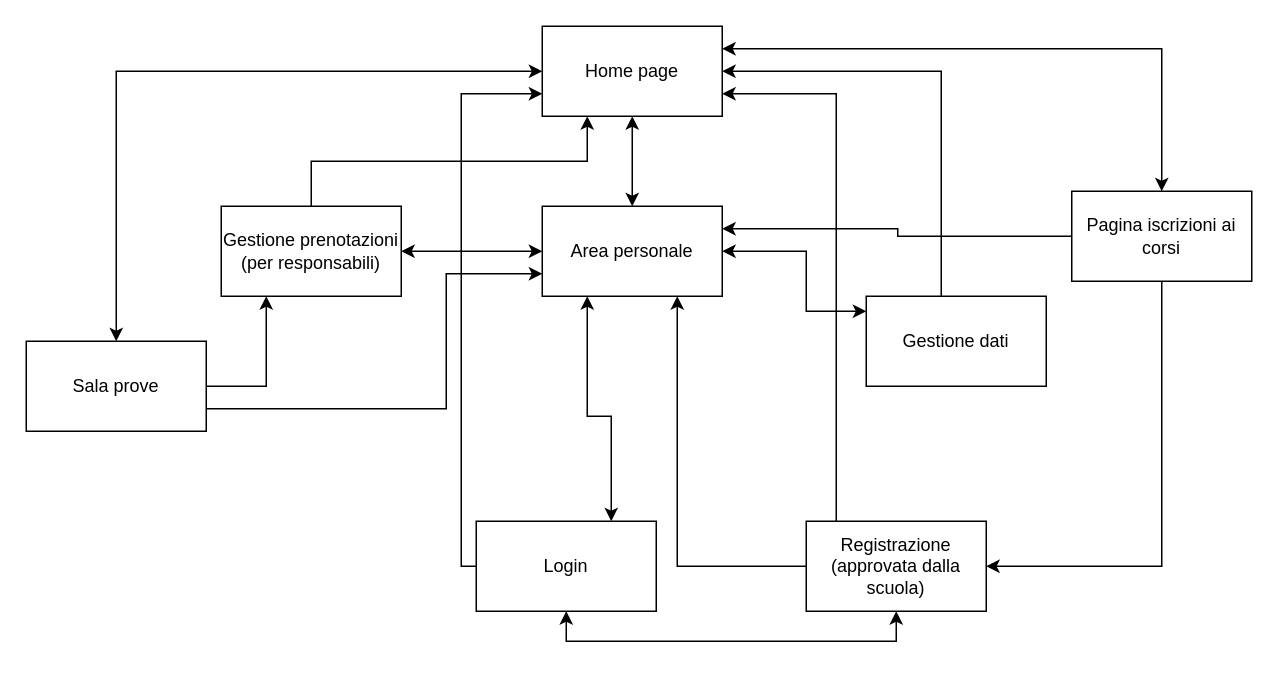
This is Albero_funzionalità.drawio from pirvllv/PWeb-Project_25-26_Ancri-Piralla-Suanno, a draw.io file, before an edit. Source tidied: cells renumbered, new cells numbered last; positions are measured from the earlier drawing's top-left corner, leaving out a move shared by most shapes. Both pictures are drawn from the tidied source at 150%, with x=0, y=0 at pixel (26, 26).
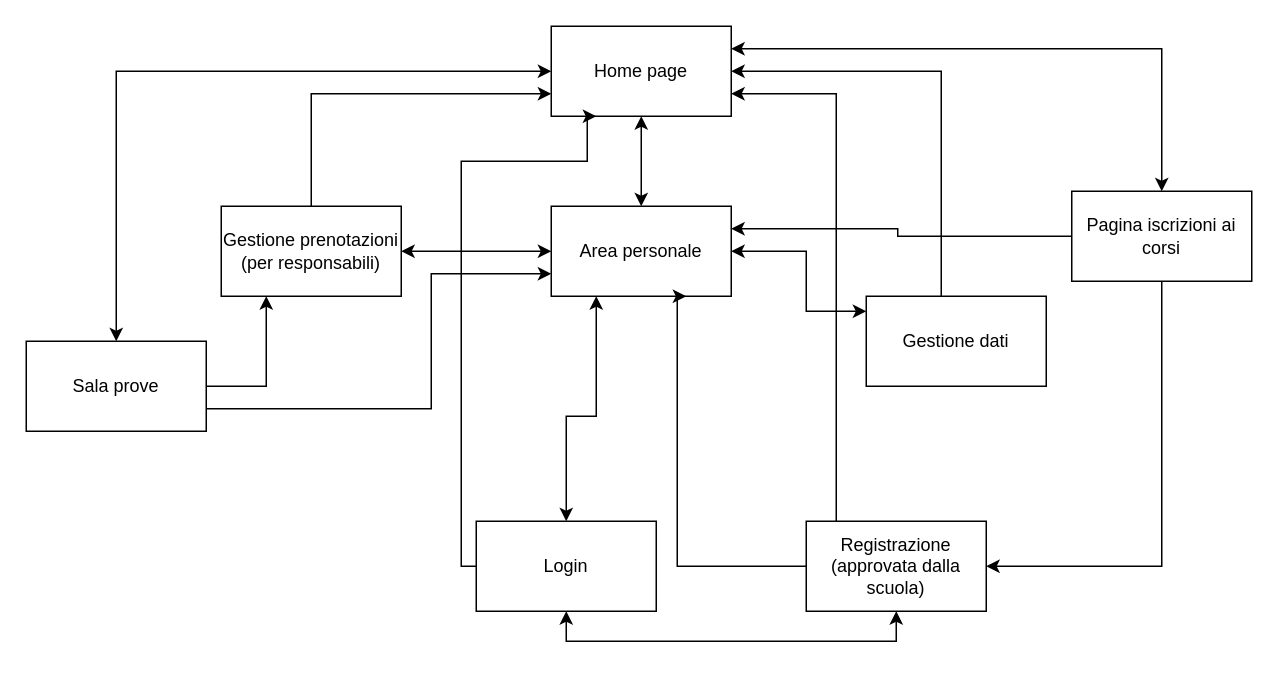
The same page after the edit.

Unchanged cells that the change refers to:
```xml
<mxCell id="9" value="Login" style="rounded=0;whiteSpace=wrap;html=1;" parent="1" vertex="1">
  <mxGeometry x="300" y="330" width="120" height="60" as="geometry" />
</mxCell>
<mxCell id="16" value="Gestione prenotazioni&lt;div&gt;(per responsabili)&lt;/div&gt;" style="rounded=0;whiteSpace=wrap;html=1;" parent="1" vertex="1">
  <mxGeometry x="130" y="120" width="120" height="60" as="geometry" />
</mxCell>
<mxCell id="19" value="Sala prove" style="rounded=0;whiteSpace=wrap;html=1;" parent="1" vertex="1">
  <mxGeometry y="210" width="120" height="60" as="geometry" />
</mxCell>
```

Diff of the diagram source:
```diff
@@
-    <mxCell id="5" style="edgeStyle=orthogonalEdgeStyle;rounded=0;jettySize=auto;html=1;exitX=0.25;exitY=1;exitDx=0;exitDy=0;entryX=0.5;entryY=0;entryDx=0;entryDy=0;startArrow=classic;startFill=1;endArrow=none;endFill=0;" parent="1" edge="1" source="6" target="16">
-      <mxGeometry relative="1" as="geometry" />
+    <mxCell id="5" style="edgeStyle=orthogonalEdgeStyle;rounded=0;jettySize=auto;html=1;entryX=0.5;entryY=0;entryDx=0;entryDy=0;startArrow=classic;startFill=1;endArrow=none;endFill=0;exitX=0;exitY=0.75;exitDx=0;exitDy=0;" parent="1" edge="1" source="6" target="16">
+      <mxGeometry relative="1" as="geometry">
+        <Array as="points">
+          <mxPoint x="190" y="45" />
+        </Array>
+      </mxGeometry>
     </mxCell>
     <mxCell id="6" value="Home page" style="rounded=0;whiteSpace=wrap;html=1;" parent="1" vertex="1">
-      <mxGeometry x="344" width="120" height="60" as="geometry" />
+      <mxGeometry x="350" width="120" height="60" as="geometry" />
     </mxCell>
@@
-    <mxCell id="8" style="edgeStyle=orthogonalEdgeStyle;rounded=0;jettySize=auto;html=1;entryX=0;entryY=0.75;entryDx=0;entryDy=0;" parent="1" edge="1" source="9" target="6">
+    <mxCell id="8" style="edgeStyle=orthogonalEdgeStyle;rounded=0;jettySize=auto;html=1;entryX=0.25;entryY=1;entryDx=0;entryDy=0;" parent="1" edge="1" source="9" target="6">
       <mxGeometry relative="1" as="geometry">
         <Array as="points">
           <mxPoint x="290" y="360" />
-          <mxPoint x="290" y="45" />
+          <mxPoint x="290" y="90" />
+          <mxPoint x="374" y="90" />
         </Array>
       </mxGeometry>
     </mxCell>
@@
-    <mxCell id="10" style="edgeStyle=orthogonalEdgeStyle;rounded=0;jettySize=auto;html=1;startArrow=classic;startFill=1;exitX=0.25;exitY=1;exitDx=0;exitDy=0;entryX=0.75;entryY=0;entryDx=0;entryDy=0;" parent="1" edge="1" source="12" target="9">
+    <mxCell id="10" style="edgeStyle=orthogonalEdgeStyle;rounded=0;jettySize=auto;html=1;startArrow=classic;startFill=1;exitX=0.25;exitY=1;exitDx=0;exitDy=0;entryX=0.5;entryY=0;entryDx=0;entryDy=0;" parent="1" edge="1" source="12" target="9">
       <mxGeometry relative="1" as="geometry">
         <Array as="points">
-          <mxPoint x="374" y="260" />
-          <mxPoint x="390" y="260" />
+          <mxPoint x="380" y="260" />
+          <mxPoint x="360" y="260" />
         </Array>
       </mxGeometry>
     </mxCell>
@@
     <mxCell id="12" value="Area personale" style="rounded=0;whiteSpace=wrap;html=1;" parent="1" vertex="1">
-      <mxGeometry x="344" y="120" width="120" height="60" as="geometry" />
+      <mxGeometry x="350" y="120" width="120" height="60" as="geometry" />
     </mxCell>
@@
     <mxCell id="18" style="edgeStyle=orthogonalEdgeStyle;rounded=0;jettySize=auto;html=1;exitX=1;exitY=0.75;exitDx=0;exitDy=0;entryX=0;entryY=0.75;entryDx=0;entryDy=0;" parent="1" edge="1" source="19" target="12">
       <mxGeometry relative="1" as="geometry">
         <Array as="points">
-          <mxPoint x="280" y="255" />
-          <mxPoint x="280" y="165" />
+          <mxPoint x="270" y="255" />
+          <mxPoint x="270" y="165" />
         </Array>
       </mxGeometry>
     </mxCell>
```
